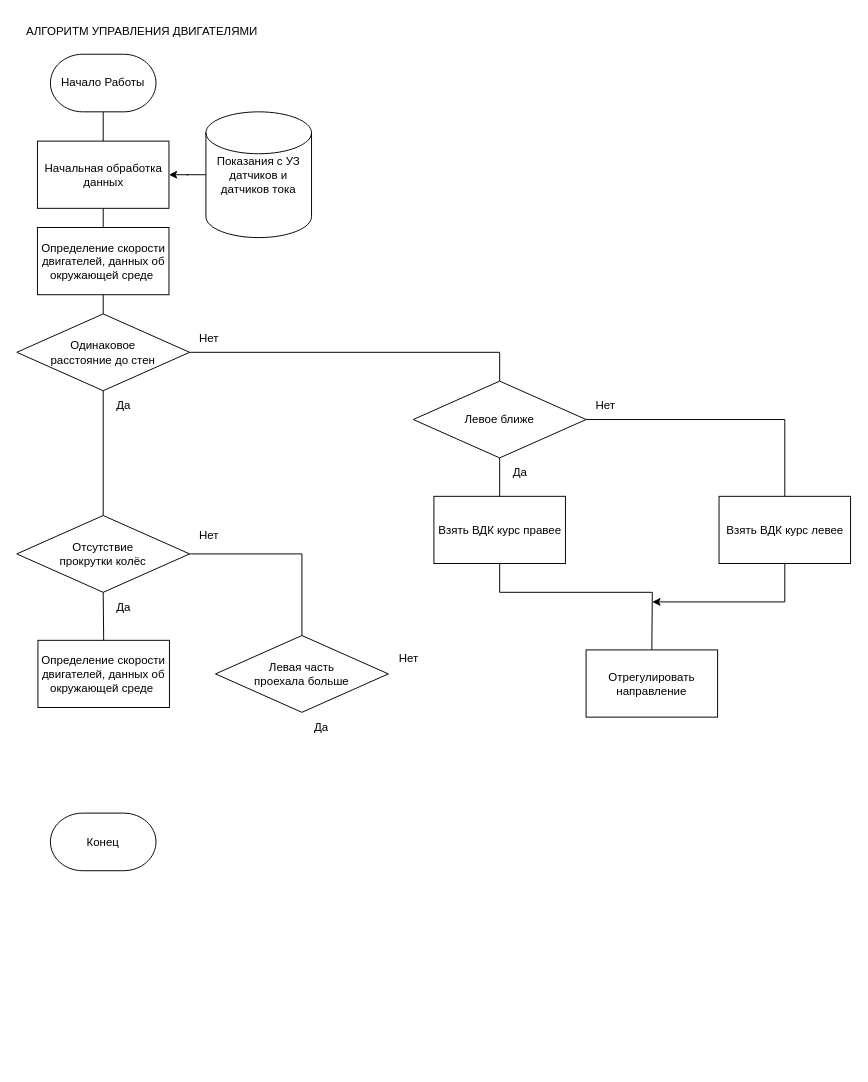
Before: Наработки/Блок-схемы/Untitled Diagram 4.drawio in AlexRussellGit/VKR---Russell-Alexander, a draw.io diagram. Source tidied: cells renumbered, new cells numbered last; positions are measured from the earlier drawing's top-left corner, leaving out a move shared by most shapes. Both pictures are drawn from the tidied source at 96%, with x=0, y=0 at pixel (16, 16).
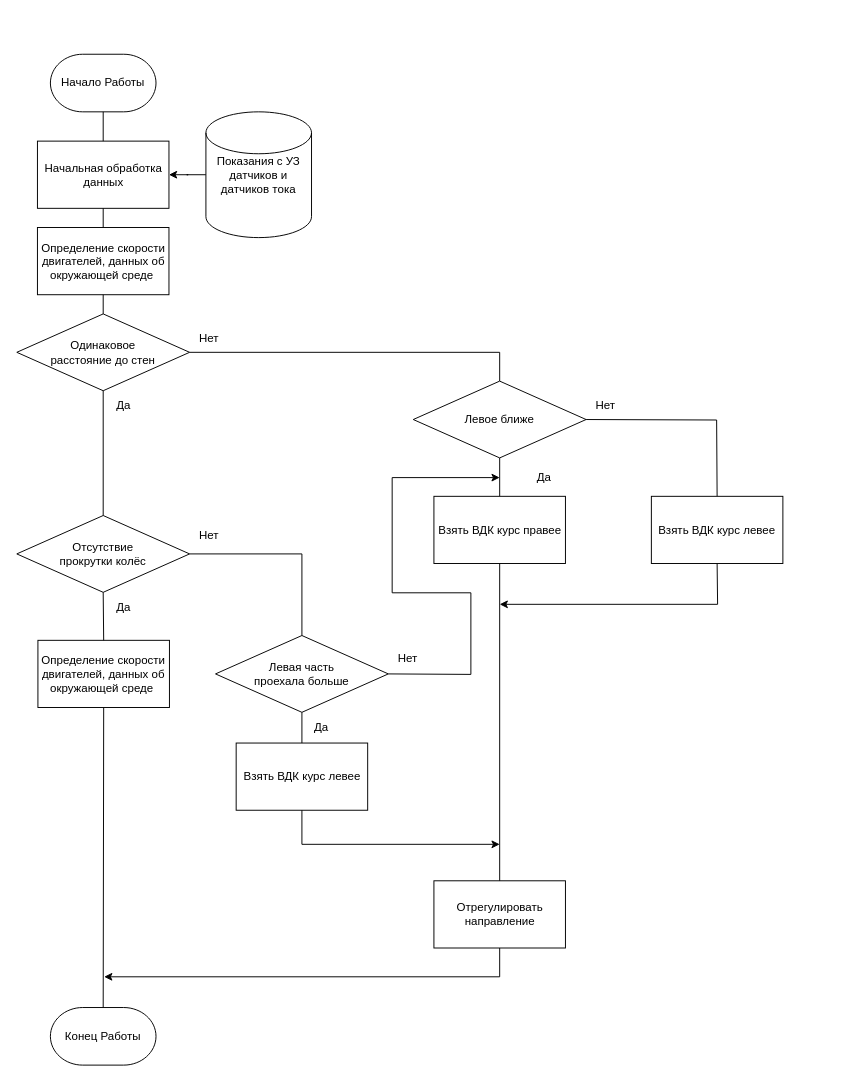
The same page after the edit.

Unchanged cells that the change refers to:
```xml
<mxCell id="19" value="Определение скорости двигателей, данных об окружающей среде&amp;nbsp;" style="rounded=0;whiteSpace=wrap;html=1;" parent="1" vertex="1">
  <mxGeometry x="22" y="649.5" width="137" height="70" as="geometry" />
</mxCell>
<mxCell id="22" value="Левое ближе" style="rhombus;whiteSpace=wrap;html=1;" parent="1" vertex="1">
  <mxGeometry x="413" y="379.5" width="180" height="80" as="geometry" />
</mxCell>
<mxCell id="27" value="Левая часть&lt;br&gt;проехала больше" style="rhombus;whiteSpace=wrap;html=1;" parent="1" vertex="1">
  <mxGeometry x="207" y="644.5" width="180" height="80" as="geometry" />
</mxCell>
<mxCell id="29" value="Взять ВДК курс правее" style="rounded=0;whiteSpace=wrap;html=1;" parent="1" vertex="1">
  <mxGeometry x="434.5" y="499.5" width="137" height="70" as="geometry" />
</mxCell>
```

What changed in the source:
```diff
@@
-    <mxCell id="2" value="АЛГОРИТМ УПРАВЛЕНИЯ ДВИГАТЕЛЯМИ" style="text;html=1;align=center;verticalAlign=middle;strokeColor=none;fillColor=none;" parent="1" vertex="1">
-      <mxGeometry width="260" height="30" as="geometry" />
-    </mxCell>
@@
-    <mxCell id="6" value="Конец" style="strokeWidth=1;html=1;shape=mxgraph.flowchart.terminator;whiteSpace=wrap;" parent="1" vertex="1">
-      <mxGeometry x="35" y="829.5" width="110" height="60" as="geometry" />
+    <mxCell id="6" value="Конец Работы" style="strokeWidth=1;html=1;shape=mxgraph.flowchart.terminator;whiteSpace=wrap;" parent="1" vertex="1">
+      <mxGeometry x="35" y="1032" width="110" height="60" as="geometry" />
     </mxCell>
@@
     <mxCell id="24" style="endArrow=none;html=1;rounded=0;entryX=0.5;entryY=0;entryDx=0;entryDy=0;exitX=1;exitY=0.5;exitDx=0;exitDy=0;" parent="1" edge="1" source="22" target="30">
       <mxGeometry relative="1" as="geometry">
         <Array as="points">
-          <mxPoint x="800" y="419.5" />
+          <mxPoint x="729" y="420" />
         </Array>
       </mxGeometry>
     </mxCell>
@@
     <mxCell id="26" value="Да" style="text;html=1;align=center;verticalAlign=middle;strokeColor=none;fillColor=none;" parent="1" vertex="1">
-      <mxGeometry x="504" y="459.5" width="40" height="30" as="geometry" />
+      <mxGeometry x="529" y="464.5" width="40" height="30" as="geometry" />
     </mxCell>
@@
     <mxCell id="30" value="Взять ВДК курс левее" style="rounded=0;whiteSpace=wrap;html=1;" parent="1" vertex="1">
-      <mxGeometry x="731.5" y="499.5" width="137" height="70" as="geometry" />
+      <mxGeometry x="661" y="499.5" width="137" height="70" as="geometry" />
     </mxCell>
-    <mxCell id="31" style="endArrow=none;html=1;rounded=0;entryX=0.5;entryY=1;entryDx=0;entryDy=0;exitX=0.5;exitY=0;exitDx=0;exitDy=0;" parent="1" edge="1" source="33" target="29">
-      <mxGeometry relative="1" as="geometry">
-        <Array as="points">
-          <mxPoint x="662" y="599.5" />
-          <mxPoint x="503" y="599.5" />
-        </Array>
-      </mxGeometry>
-    </mxCell>
     <mxCell id="32" style="endArrow=classic;html=1;rounded=0;exitX=0.5;exitY=1;exitDx=0;exitDy=0;" parent="1" edge="1" source="30">
       <mxGeometry relative="1" as="geometry">
-        <mxPoint x="662" y="609.5" as="targetPoint" />
+        <mxPoint x="503" y="612" as="targetPoint" />
         <Array as="points">
-          <mxPoint x="800" y="609.5" />
+          <mxPoint x="730" y="612" />
         </Array>
       </mxGeometry>
     </mxCell>
     <mxCell id="33" value="Отрегулировать направление" style="rounded=0;whiteSpace=wrap;html=1;" parent="1" vertex="1">
-      <mxGeometry x="593" y="659.5" width="137" height="70" as="geometry" />
+      <mxGeometry x="434.5" y="900" width="137" height="70" as="geometry" />
     </mxCell>
@@
     <mxCell id="35" value="Нет" style="text;html=1;align=center;verticalAlign=middle;strokeColor=none;fillColor=none;" parent="1" vertex="1">
-      <mxGeometry x="387.5" y="653.5" width="40" height="30" as="geometry" />
+      <mxGeometry x="387" y="653.5" width="40" height="30" as="geometry" />
     </mxCell>
+    <mxCell id="36" style="endArrow=classic;html=1;rounded=0;exitX=1;exitY=0.5;exitDx=0;exitDy=0;" parent="1" edge="1" source="27">
+      <mxGeometry relative="1" as="geometry">
+        <mxPoint x="503" y="480" as="targetPoint" />
+        <Array as="points">
+          <mxPoint x="473" y="685" />
+          <mxPoint x="473" y="600" />
+          <mxPoint x="391" y="600" />
+          <mxPoint x="391" y="480" />
+        </Array>
+      </mxGeometry>
+    </mxCell>
+    <mxCell id="37" value="Взять ВДК курс левее" style="rounded=0;whiteSpace=wrap;html=1;" parent="1" vertex="1">
+      <mxGeometry x="228.5" y="756.5" width="137" height="70" as="geometry" />
+    </mxCell>
+    <mxCell id="38" style="endArrow=none;html=1;rounded=0;exitX=0.5;exitY=0;exitDx=0;exitDy=0;entryX=0.5;entryY=1;entryDx=0;entryDy=0;" parent="1" edge="1" source="37" target="27">
+      <mxGeometry relative="1" as="geometry" />
+    </mxCell>
+    <mxCell id="39" style="endArrow=classic;html=1;rounded=0;exitX=0.5;exitY=1;exitDx=0;exitDy=0;" parent="1" edge="1" source="37">
+      <mxGeometry relative="1" as="geometry">
+        <mxPoint x="503" y="862" as="targetPoint" />
+        <Array as="points">
+          <mxPoint x="297" y="862" />
+        </Array>
+      </mxGeometry>
+    </mxCell>
+    <mxCell id="40" style="endArrow=none;html=1;rounded=0;exitX=0.5;exitY=0;exitDx=0;exitDy=0;exitPerimeter=0;entryX=0.5;entryY=1;entryDx=0;entryDy=0;" parent="1" edge="1" source="6" target="19">
+      <mxGeometry relative="1" as="geometry" />
+    </mxCell>
+    <mxCell id="41" style="endArrow=classic;html=1;rounded=0;exitX=0.5;exitY=1;exitDx=0;exitDy=0;" parent="1" edge="1" source="33">
+      <mxGeometry relative="1" as="geometry">
+        <mxPoint x="91" y="1000" as="targetPoint" />
+        <Array as="points">
+          <mxPoint x="503" y="1000" />
+        </Array>
+      </mxGeometry>
+    </mxCell>
+    <mxCell id="31" style="endArrow=none;html=1;rounded=0;entryX=0.5;entryY=1;entryDx=0;entryDy=0;exitX=0.5;exitY=0;exitDx=0;exitDy=0;" parent="1" edge="1" source="33" target="29">
+      <mxGeometry relative="1" as="geometry" />
+    </mxCell>
```
